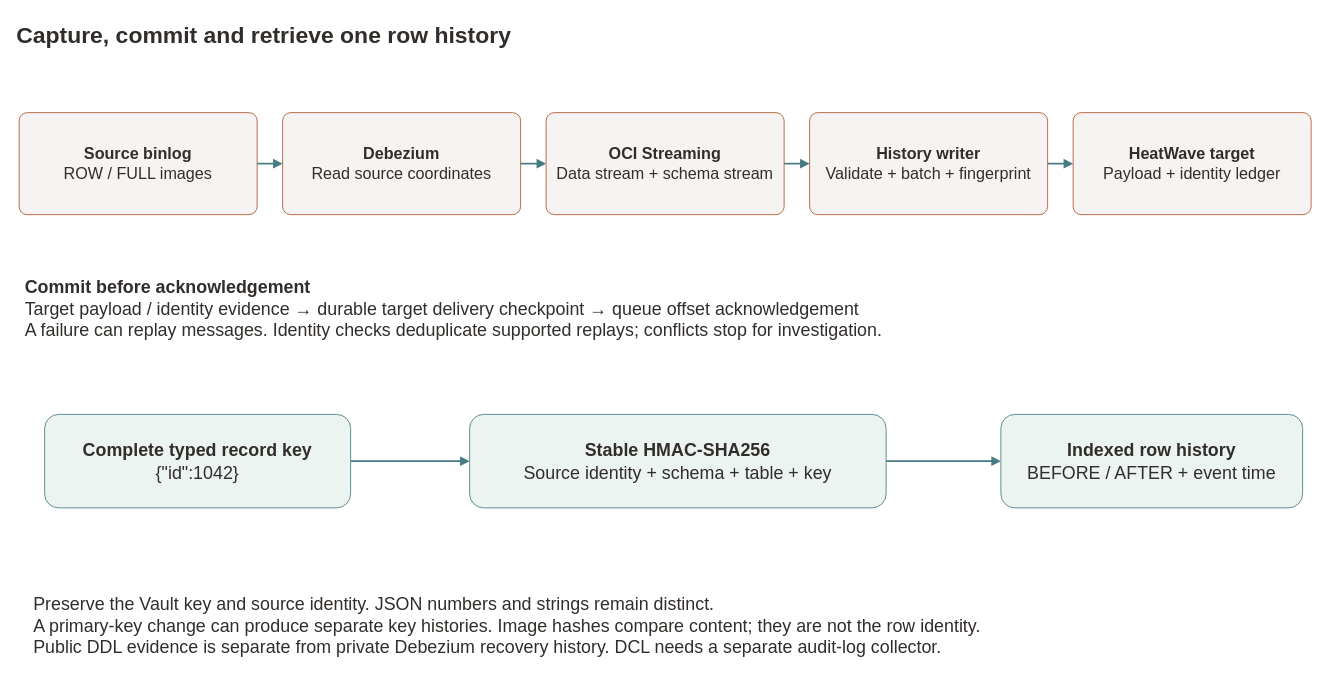
ivanxma/hw_data_audit_center keeps this draw.io diagram as docs/user-manual/diagrams/capture-workflow.drawio. Above is the earlier version. Source tidied: cells renumbered, new cells numbered last; positions are measured from the earlier drawing's top-left corner, leaving out a move shared by most shapes. Both pictures are drawn from the tidied source at 85%, with x=0, y=0 at pixel (14, 14).
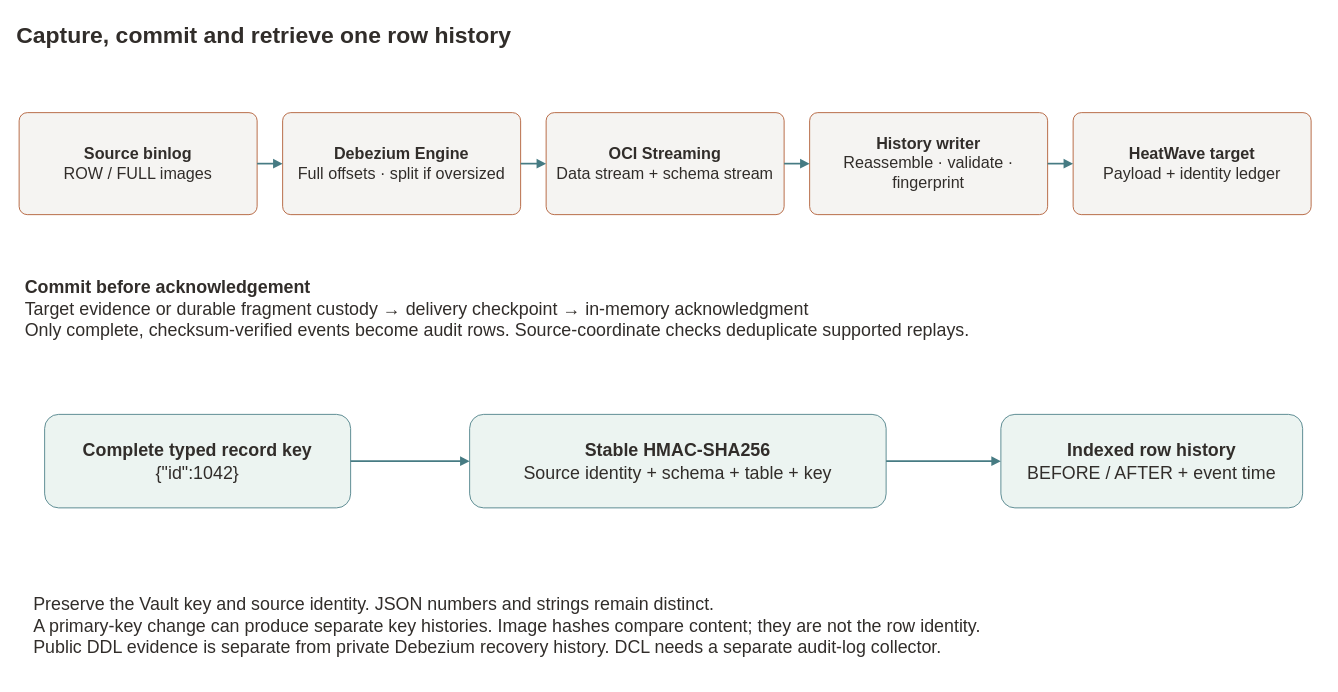
After the change.

What changed in the source:
```diff
@@
 <mxGraphModel>
   <root>
     <mxCell id="0" />
     <mxCell id="1" parent="0" />
     <mxCell id="2" value="&lt;b&gt;Capture, commit and retrieve one row history&lt;/b&gt;" style="fontFamily=Helvetica;fontColor=#312D2A;fontSize=13;html=1;whiteSpace=wrap;text;strokeColor=none;fillColor=none;align=left;verticalAlign=middle;fontSize=27;" parent="1" vertex="1">
       <mxGeometry width="1540" height="50" as="geometry" />
     </mxCell>
     <mxCell id="3" value="&lt;b&gt;Source binlog&lt;/b&gt;&lt;br&gt;ROW / FULL images" style="fontFamily=Helvetica;fontColor=#312D2A;fontSize=13;html=1;whiteSpace=wrap;rounded=1;arcSize=8;fillColor=#F5F4F2;strokeColor=#AE562C;fontSize=19;" parent="1" vertex="1">
       <mxGeometry x="5" y="115" width="280" height="120" as="geometry" />
     </mxCell>
-    <mxCell id="4" value="&lt;b&gt;Debezium&lt;/b&gt;&lt;br&gt;Read source coordinates" style="fontFamily=Helvetica;fontColor=#312D2A;fontSize=13;html=1;whiteSpace=wrap;rounded=1;arcSize=8;fillColor=#F5F4F2;strokeColor=#AE562C;fontSize=19;" parent="1" vertex="1">
+    <mxCell id="4" value="&lt;b&gt;Debezium Engine&lt;/b&gt;&lt;br&gt;Full offsets · split if oversized" style="fontFamily=Helvetica;fontColor=#312D2A;fontSize=13;html=1;whiteSpace=wrap;rounded=1;arcSize=8;fillColor=#F5F4F2;strokeColor=#AE562C;fontSize=19;" parent="1" vertex="1">
       <mxGeometry x="315" y="115" width="280" height="120" as="geometry" />
     </mxCell>
     <mxCell id="5" value="&lt;b&gt;OCI Streaming&lt;/b&gt;&lt;br&gt;Data stream + schema stream" style="fontFamily=Helvetica;fontColor=#312D2A;fontSize=13;html=1;whiteSpace=wrap;rounded=1;arcSize=8;fillColor=#F5F4F2;strokeColor=#AE562C;fontSize=19;" parent="1" vertex="1">
       <mxGeometry x="625" y="115" width="280" height="120" as="geometry" />
     </mxCell>
-    <mxCell id="6" value="&lt;b&gt;History writer&lt;/b&gt;&lt;br&gt;Validate + batch + fingerprint" style="fontFamily=Helvetica;fontColor=#312D2A;fontSize=13;html=1;whiteSpace=wrap;rounded=1;arcSize=8;fillColor=#F5F4F2;strokeColor=#AE562C;fontSize=19;" parent="1" vertex="1">
+    <mxCell id="6" value="&lt;b&gt;History writer&lt;/b&gt;&lt;br&gt;Reassemble · validate · fingerprint" style="fontFamily=Helvetica;fontColor=#312D2A;fontSize=13;html=1;whiteSpace=wrap;rounded=1;arcSize=8;fillColor=#F5F4F2;strokeColor=#AE562C;fontSize=19;" parent="1" vertex="1">
       <mxGeometry x="935" y="115" width="280" height="120" as="geometry" />
     </mxCell>
     <mxCell id="7" value="&lt;b&gt;HeatWave target&lt;/b&gt;&lt;br&gt;Payload + identity ledger" style="fontFamily=Helvetica;fontColor=#312D2A;fontSize=13;html=1;whiteSpace=wrap;rounded=1;arcSize=8;fillColor=#F5F4F2;strokeColor=#AE562C;fontSize=19;" parent="1" vertex="1">
       <mxGeometry x="1245" y="115" width="280" height="120" as="geometry" />
     </mxCell>
     <mxCell id="8" style="fontFamily=Helvetica;fontColor=#312D2A;fontSize=13;html=1;whiteSpace=wrap;edgeStyle=orthogonalEdgeStyle;rounded=0;strokeColor=#467B83;strokeWidth=2;endArrow=block;endFill=1;labelBackgroundColor=#FFFFFF;fontSize=11;" parent="1" edge="1" source="3" target="4">
       <mxGeometry relative="1" as="geometry" />
     </mxCell>
     <mxCell id="9" style="fontFamily=Helvetica;fontColor=#312D2A;fontSize=13;html=1;whiteSpace=wrap;edgeStyle=orthogonalEdgeStyle;rounded=0;strokeColor=#467B83;strokeWidth=2;endArrow=block;endFill=1;labelBackgroundColor=#FFFFFF;fontSize=11;" parent="1" edge="1" source="4" target="5">
       <mxGeometry relative="1" as="geometry" />
     </mxCell>
     <mxCell id="10" style="fontFamily=Helvetica;fontColor=#312D2A;fontSize=13;html=1;whiteSpace=wrap;edgeStyle=orthogonalEdgeStyle;rounded=0;strokeColor=#467B83;strokeWidth=2;endArrow=block;endFill=1;labelBackgroundColor=#FFFFFF;fontSize=11;" parent="1" edge="1" source="5" target="6">
       <mxGeometry relative="1" as="geometry" />
     </mxCell>
     <mxCell id="11" style="fontFamily=Helvetica;fontColor=#312D2A;fontSize=13;html=1;whiteSpace=wrap;edgeStyle=orthogonalEdgeStyle;rounded=0;strokeColor=#467B83;strokeWidth=2;endArrow=block;endFill=1;labelBackgroundColor=#FFFFFF;fontSize=11;" parent="1" edge="1" source="6" target="7">
       <mxGeometry relative="1" as="geometry" />
     </mxCell>
-    <mxCell id="12" value="&lt;b&gt;Commit before acknowledgement&lt;/b&gt;&lt;br&gt;Target payload / identity evidence → durable target delivery checkpoint → queue offset acknowledgement&lt;br&gt;A failure can replay messages. Identity checks deduplicate supported replays; conflicts stop for investigation." style="fontFamily=Helvetica;fontColor=#312D2A;fontSize=13;html=1;whiteSpace=wrap;text;strokeColor=none;fillColor=none;align=left;verticalAlign=middle;fontSize=21;" parent="1" vertex="1">
+    <mxCell id="12" value="&lt;b&gt;Commit before acknowledgement&lt;/b&gt;&lt;br&gt;Target evidence or durable fragment custody → delivery checkpoint → in-memory acknowledgment&lt;br&gt;Only complete, checksum-verified events become audit rows. Source-coordinate checks deduplicate supported replays." style="fontFamily=Helvetica;fontColor=#312D2A;fontSize=13;html=1;whiteSpace=wrap;text;strokeColor=none;fillColor=none;align=left;verticalAlign=middle;fontSize=21;" parent="1" vertex="1">
       <mxGeometry x="10" y="290" width="1510" height="110" as="geometry" />
     </mxCell>
     <mxCell id="13" value="&lt;b&gt;Complete typed record key&lt;/b&gt;&lt;br&gt;{&quot;id&quot;:1042}" style="fontFamily=Helvetica;fontColor=#312D2A;fontSize=13;html=1;whiteSpace=wrap;rounded=1;fillColor=#ECF4F1;strokeColor=#467B83;fontSize=21;" parent="1" vertex="1">
       <mxGeometry x="35" y="470" width="360" height="110" as="geometry" />
     </mxCell>
     <mxCell id="14" value="&lt;b&gt;Stable HMAC-SHA256&lt;/b&gt;&lt;br&gt;Source identity + schema + table + key" style="fontFamily=Helvetica;fontColor=#312D2A;fontSize=13;html=1;whiteSpace=wrap;rounded=1;fillColor=#ECF4F1;strokeColor=#467B83;fontSize=21;" parent="1" vertex="1">
       <mxGeometry x="535" y="470" width="490" height="110" as="geometry" />
     </mxCell>
     <mxCell id="15" value="&lt;b&gt;Indexed row history&lt;/b&gt;&lt;br&gt;BEFORE / AFTER + event time" style="fontFamily=Helvetica;fontColor=#312D2A;fontSize=13;html=1;whiteSpace=wrap;rounded=1;fillColor=#ECF4F1;strokeColor=#467B83;fontSize=21;" parent="1" vertex="1">
       <mxGeometry x="1160" y="470" width="355" height="110" as="geometry" />
     </mxCell>
     <mxCell id="16" style="fontFamily=Helvetica;fontColor=#312D2A;fontSize=13;html=1;whiteSpace=wrap;edgeStyle=orthogonalEdgeStyle;rounded=0;strokeColor=#467B83;strokeWidth=2;endArrow=block;endFill=1;labelBackgroundColor=#FFFFFF;fontSize=11;" parent="1" edge="1" source="13" target="14">
       <mxGeometry relative="1" as="geometry" />
     </mxCell>
     <mxCell id="17" style="fontFamily=Helvetica;fontColor=#312D2A;fontSize=13;html=1;whiteSpace=wrap;edgeStyle=orthogonalEdgeStyle;rounded=0;strokeColor=#467B83;strokeWidth=2;endArrow=block;endFill=1;labelBackgroundColor=#FFFFFF;fontSize=11;" parent="1" edge="1" source="14" target="15">
       <mxGeometry relative="1" as="geometry" />
     </mxCell>
     <mxCell id="18" value="Preserve the Vault key and source identity. JSON numbers and strings remain distinct.&lt;br&gt;A primary-key change can produce separate key histories. Image hashes compare content; they are not the row identity.&lt;br&gt;Public DDL evidence is separate from private Debezium recovery history. DCL needs a separate audit-log collector." style="fontFamily=Helvetica;fontColor=#312D2A;fontSize=13;html=1;whiteSpace=wrap;text;strokeColor=none;fillColor=none;align=left;verticalAlign=middle;fontSize=21;" parent="1" vertex="1">
       <mxGeometry x="20" y="655" width="1500" height="125" as="geometry" />
     </mxCell>
   </root>
 </mxGraphModel>
```
